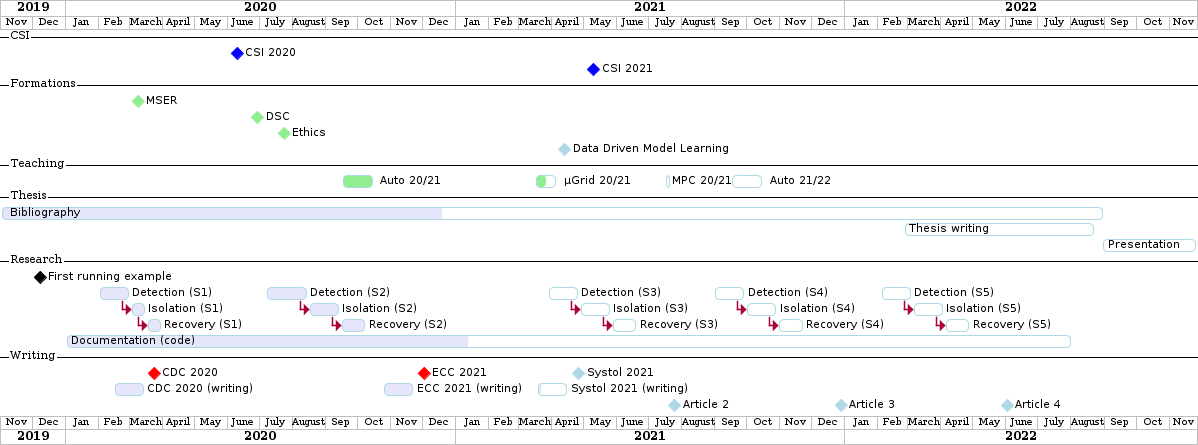
This is brain/img/ganttThese.png from Accacio/hippokamp, a PlantUML export, as it was before one commit.
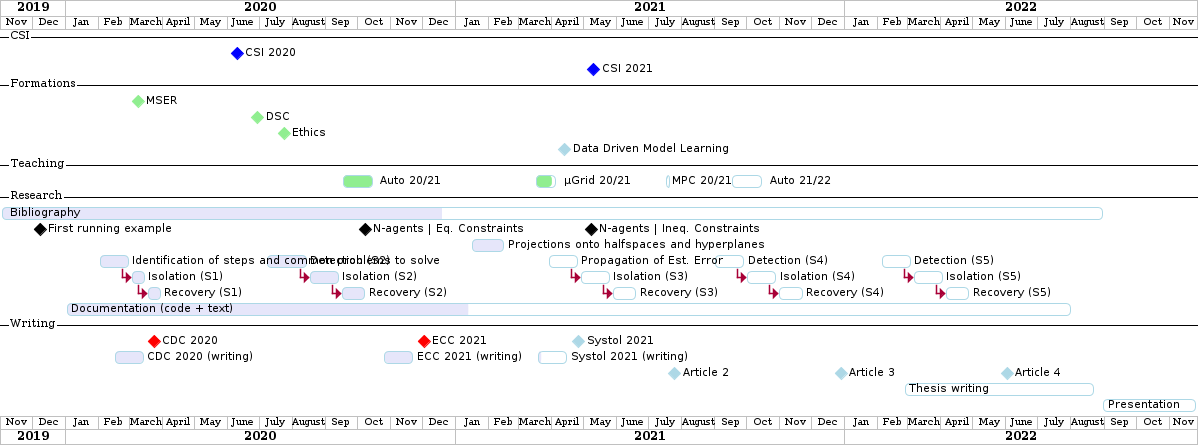
The same file after the commit.

Change to the diagram source:
```diff
@@ -1,5 +1,15 @@
 @startuml
 printscale monthly
+<style>
+ganttDiagram {
+    task {
+        BackGroundColor Lavender
+        LineColor LightBlue
+    }
+    milestone {
+    }
+}
+</style>
 Project starts the 2019-11-01
 today is 30 days after start and is colored in #AAF
 -- CSI --
@@ -27,7 +37,7 @@
 [ Auto 21/22] as [V4] starts 2021-09-16 and ends 2021-10-16
 
 [V1] is colored in LightGreen/LightBlue
-[V2] is 50% completed
+[V2] is 80% completed
 [V3] is 0% completed
 [V4] is 0% completed
 
@@ -39,47 +49,33 @@
 [V3] displays on same row as [V2]
 [V4] displays on same row as [V3]
 
--- Thesis --
+-- Research --
 [ Bibliography ] as [B1] starts at 2019-11-01 and ends 2022-08-31
-[Thesis writing] as [W1] starts at 2022-02-25 and lasts 180 days
-[Presentation] as [W2] starts at 2022-08-30 and lasts 90 days
 
 [B1] is 40% completed
 [B1] links to [[https://gitlab.com/Accacio/docsthese/raw/master/bibliography.bib]]
-[W1] is 0% completed
-[W2] is 0% completed
 
-[B1] is colored in Lavender/LightBlue
-[W1] is colored in Lavender/LightBlue
-[W2] is colored in Lavender/LightBlue
+[First running example] as [Ex1] happens at 2019-12-01
+[N-agents | Eq. Constraints] as [Ex2] happens at 2020-10-01
+[Ex2] displays on same row as [Ex1]
 
+[N-agents | Ineq. Constraints] as [Ex3] happens at 2021-05-01
+[Ex3] displays on same row as [Ex2]
 
--- Research --
-[First running example] happens at 2019-12-01
-
-[Detection (S1)] as [D1] starts at 2020-02-01 and lasts 30 days
+[Projections onto halfspaces and hyperplanes] starts at 2021-01-15 and ends at 2021-02-16
+[Identification of steps and common problems to solve ] as [D1] starts at 2020-02-01 and lasts 30 days
 [Isolation (S1)] as [I1] starts after [D1]'s end and lasts 15 days
 [Recovery (S1)] as [R1] starts after [I1]'s end and lasts 15 days
 
-[D1] is colored in Lavender/LightBlue
-[I1] is colored in Lavender/LightBlue
-[R1] is colored in Lavender/LightBlue
 
 [Detection (S2)] as [D2] starts at 2020-07-07 and lasts 40 days
 [Isolation (S2)] as [I2] starts after [D2]'s end and lasts 30 days
 [Recovery (S2)] as [R2] starts after [I2]'s end and lasts 25 days
 
-[D2] is colored in Lavender/LightBlue
-[I2] is colored in Lavender/LightBlue
-[R2] is colored in Lavender/LightBlue
-
-[Detection (S3)] as [D3] starts 32 weeks after [D2]'s end with white bold link and lasts 30 days
+[Propagation of Est. Error ] as [D3] starts 32 weeks after [D2]'s end with white bold link and lasts 30 days
 [Isolation (S3)] as [I3] starts after [D3]'s end and lasts 30 days
 [Recovery (S3)] as [R3] starts after [I3]'s end and lasts 25 days
 
-[D3] is colored in Lavender/LightBlue
-[I3] is colored in Lavender/LightBlue
-[R3] is colored in Lavender/LightBlue
 
 [D3] is 0% completed
 [I3] is 0% completed
@@ -88,10 +84,6 @@
 [Detection (S4)] as [D4] starts 18 weeks after [D3]'s end with white bold link and lasts 30 days
 [Isolation (S4)] as [I4] starts after [D4]'s end and lasts 30 days
 [Recovery (S4)] as [R4] starts after [I4]'s end and lasts 25 days
-
-[D4] is colored in Lavender/LightBlue
-[I4] is colored in Lavender/LightBlue
-[R4] is colored in Lavender/LightBlue
 
 [D4] is 0% completed
 [I4] is 0% completed
@@ -125,8 +117,7 @@
 [I5] displays on same row as [I2]
 [R5] displays on same row as [R2]
 
-[Documentation (code)] as [Doc1] starts at 2020-01-01 and ends 2022-08-01
-[Doc1] is colored in Lavender/LightBlue
+[Documentation (code + text)] as [Doc1] starts at 2020-01-01 and ends 2022-08-01
 [Doc1] is 40% completed
 
 -- Writing --
@@ -139,6 +130,7 @@
 [Systol 2021] happens at 2021-04-19
 [Systol 2021 (writing)] as [A3] starts at 2021-03-18 and lasts 30 days
 
+
 [Article 2] as [A4] happens at 4 weeks after [R3]'s end
 [Article 3] as [A5] happens at 4 weeks after [R4]'s end
 [Article 4] as [A6] happens at 4 weeks after [R5]'s end
@@ -149,12 +141,7 @@
 [A5] displays on same row as [A4]
 [A6] displays on same row as [A5]
 
-[A1] is colored in Lavender/LightBlue
-[A2] is colored in Lavender/LightBlue
-[A3] is colored in Lavender/LightBlue
-
 [A3] is 10% completed
-
 [CDC 2020] is colored in red
 [ECC 2021] is colored in red
 [Systol 2021] is colored in lightblue
@@ -164,5 +151,8 @@
 [ECC 2021] displays on same row as [CDC 2020]
 [Systol 2021] displays on same row as [ECC 2021]
 
-
+[Thesis writing] as [W1] starts at 2022-02-25 and lasts 180 days
+[Presentation] as [W2] starts at 2022-08-30 and lasts 90 days
+[W1] is 0% completed
+[W2] is 0% completed
 @enduml
```
